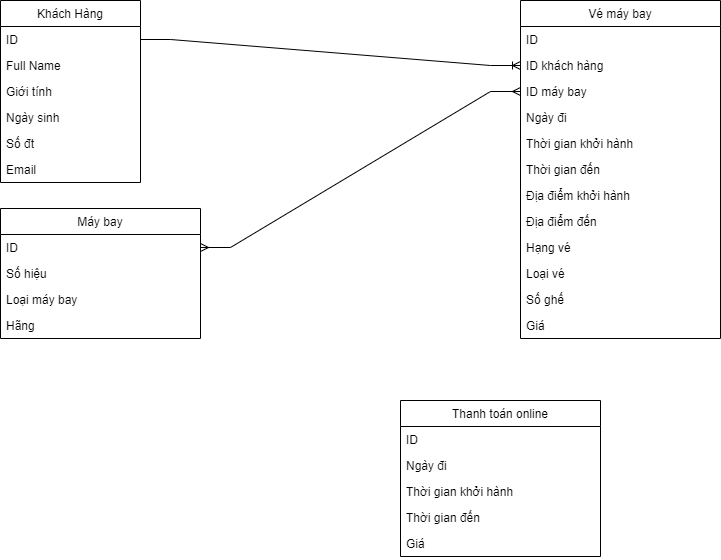
GumBox/CloudAirlineG8 keeps this draw.io diagram as database/database.drawio.png. Above is the earlier version. Source tidied: cells renumbered, new cells last; positions are measured from the earlier drawing's top-left corner, leaving out a move shared by most shapes.
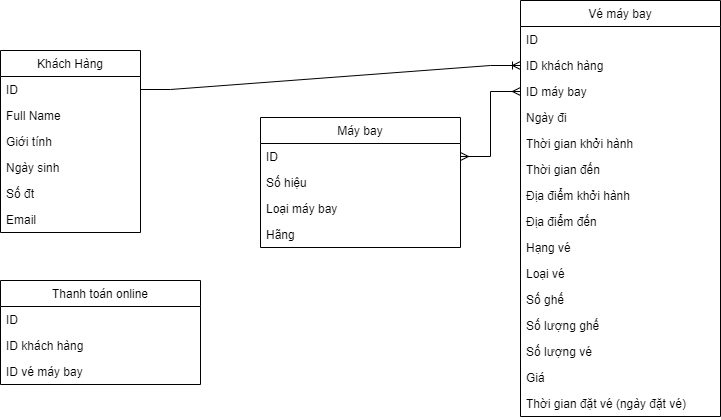
The same file after the commit.

The edit, as a diff of the source:
```diff
@@ -3,7 +3,7 @@
     <mxCell id="0" />
     <mxCell id="1" parent="0" />
     <mxCell id="2" value="Khách Hàng" style="swimlane;fontStyle=0;horizontal=1;startSize=26;fillColor=none;" parent="1" vertex="1">
-      <mxGeometry width="140" height="182" as="geometry" />
+      <mxGeometry y="50" width="140" height="182" as="geometry" />
     </mxCell>
     <mxCell id="3" value="ID" style="text;strokeColor=none;fillColor=none;align=left;verticalAlign=top;spacingLeft=4;spacingRight=4;overflow=hidden;points=[[0,0.5],[1,0.5]];portConstraint=eastwest;" parent="2" vertex="1">
       <mxGeometry y="26" width="140" height="26" as="geometry" />
@@ -24,7 +24,7 @@
       <mxGeometry y="156" width="140" height="26" as="geometry" />
     </mxCell>
     <mxCell id="9" value="Vé máy bay" style="swimlane;fontStyle=0;horizontal=1;startSize=26;fillColor=none;" parent="1" vertex="1">
-      <mxGeometry x="520" width="200" height="338" as="geometry" />
+      <mxGeometry x="520" width="200" height="416" as="geometry" />
     </mxCell>
     <mxCell id="10" value="ID" style="text;strokeColor=none;fillColor=none;align=left;verticalAlign=top;spacingLeft=4;spacingRight=4;overflow=hidden;" parent="9" vertex="1">
       <mxGeometry y="26" width="200" height="26" as="geometry" />
@@ -59,11 +59,20 @@
     <mxCell id="20" value="Số ghế" style="text;strokeColor=none;fillColor=none;align=left;verticalAlign=top;spacingLeft=4;spacingRight=4;overflow=hidden;" parent="9" vertex="1">
       <mxGeometry y="286" width="200" height="26" as="geometry" />
     </mxCell>
+    <mxCell id="35" value="Số lượng ghế" style="text;strokeColor=none;fillColor=none;align=left;verticalAlign=top;spacingLeft=4;spacingRight=4;overflow=hidden;" parent="9" vertex="1">
+      <mxGeometry y="312" width="200" height="26" as="geometry" />
+    </mxCell>
+    <mxCell id="36" value="Số lượng vé" style="text;strokeColor=none;fillColor=none;align=left;verticalAlign=top;spacingLeft=4;spacingRight=4;overflow=hidden;" parent="9" vertex="1">
+      <mxGeometry y="338" width="200" height="26" as="geometry" />
+    </mxCell>
     <mxCell id="21" value="Giá" style="text;strokeColor=none;fillColor=none;align=left;verticalAlign=top;spacingLeft=4;spacingRight=4;overflow=hidden;" parent="9" vertex="1">
-      <mxGeometry y="312" width="200" height="26" as="geometry" />
+      <mxGeometry y="364" width="200" height="26" as="geometry" />
     </mxCell>
+    <mxCell id="37" value="Thời gian đặt vé (ngày đặt vé)" style="text;strokeColor=none;fillColor=none;align=left;verticalAlign=top;spacingLeft=4;spacingRight=4;overflow=hidden;" parent="9" vertex="1">
+      <mxGeometry y="390" width="200" height="26" as="geometry" />
+    </mxCell>
     <mxCell id="22" value="Máy bay" style="swimlane;fontStyle=0;horizontal=1;startSize=26;fillColor=none;" parent="1" vertex="1">
-      <mxGeometry y="208" width="200" height="130" as="geometry" />
+      <mxGeometry x="260" y="117" width="200" height="130" as="geometry" />
     </mxCell>
     <mxCell id="23" value="ID" style="text;strokeColor=none;fillColor=none;align=left;verticalAlign=top;spacingLeft=4;spacingRight=4;overflow=hidden;points=[[0,0.5],[1,0.5]];portConstraint=eastwest;" parent="22" vertex="1">
       <mxGeometry y="26" width="200" height="26" as="geometry" />
@@ -78,23 +87,17 @@
       <mxGeometry y="104" width="200" height="26" as="geometry" />
     </mxCell>
     <mxCell id="27" value="Thanh toán online" style="swimlane;fontStyle=0;horizontal=1;startSize=26;fillColor=none;" parent="1" vertex="1">
-      <mxGeometry x="400" y="400" width="200" height="156" as="geometry" />
+      <mxGeometry y="280" width="200" height="104" as="geometry" />
     </mxCell>
     <mxCell id="28" value="ID" style="text;strokeColor=none;fillColor=none;align=left;verticalAlign=top;spacingLeft=4;spacingRight=4;overflow=hidden;" parent="27" vertex="1">
       <mxGeometry y="26" width="200" height="26" as="geometry" />
     </mxCell>
-    <mxCell id="29" value="Ngày đi" style="text;strokeColor=none;fillColor=none;align=left;verticalAlign=top;spacingLeft=4;spacingRight=4;overflow=hidden;" parent="27" vertex="1">
+    <mxCell id="29" value="ID khách hàng" style="text;strokeColor=none;fillColor=none;align=left;verticalAlign=top;spacingLeft=4;spacingRight=4;overflow=hidden;" parent="27" vertex="1">
       <mxGeometry y="52" width="200" height="26" as="geometry" />
     </mxCell>
-    <mxCell id="30" value="Thời gian khởi hành" style="text;strokeColor=none;fillColor=none;align=left;verticalAlign=top;spacingLeft=4;spacingRight=4;overflow=hidden;" parent="27" vertex="1">
-      <mxGeometry y="78" width="200" height="26" as="geometry" />
-    </mxCell>
-    <mxCell id="31" value="Thời gian đến" style="text;strokeColor=none;fillColor=none;align=left;verticalAlign=top;spacingLeft=4;spacingRight=4;overflow=hidden;" parent="27" vertex="1">
-      <mxGeometry y="104" width="200" height="26" as="geometry" />
-    </mxCell>
-    <mxCell id="32" value="Giá" style="text;strokeColor=none;fillColor=none;align=left;verticalAlign=top;spacingLeft=4;spacingRight=4;overflow=hidden;" parent="27" vertex="1">
-      <mxGeometry y="130" width="200" height="26" as="geometry" />
-    </mxCell>
+    <mxCell id="38" value="ID vé máy bay" style="text;strokeColor=none;fillColor=none;align=left;verticalAlign=top;spacingLeft=4;spacingRight=4;overflow=hidden;" parent="27" vertex="1">
+      <mxGeometry y="78" width="200" height="26" as="geometry" />
+    </mxCell>
     <mxCell id="33" style="edgeStyle=entityRelationEdgeStyle;fontSize=12;html=1;endArrow=ERoneToMany;rounded=0;" parent="1" edge="1" source="3" target="11">
       <mxGeometry relative="1" as="geometry" />
     </mxCell>
```
